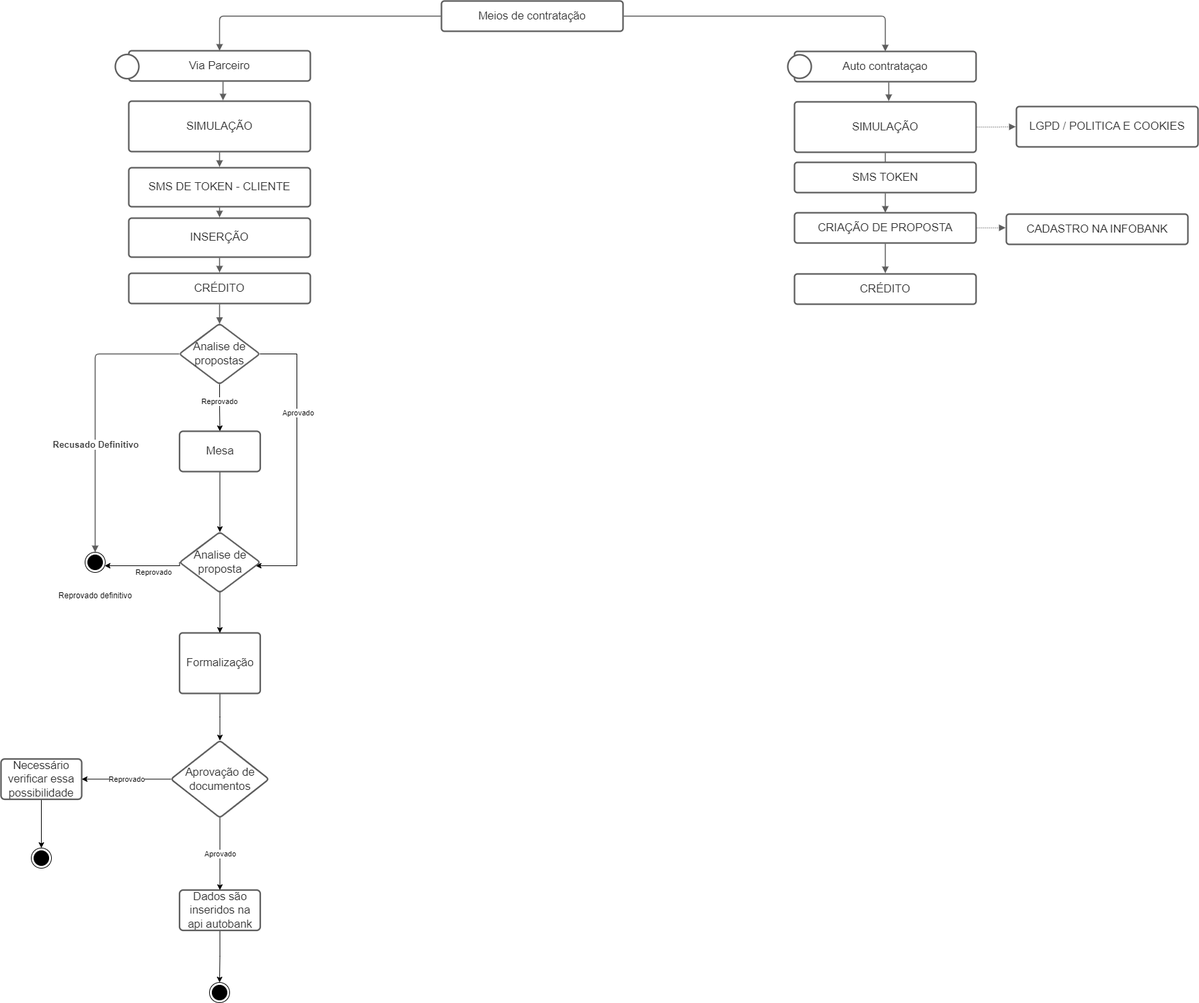
Above: Meios de contratação.drawio.png in uma-risadinha/Diagramas (draw.io), before the change. Source tidied: cells renumbered, new cells last; positions are measured from the earlier drawing's top-left corner, leaving out a move shared by most shapes.
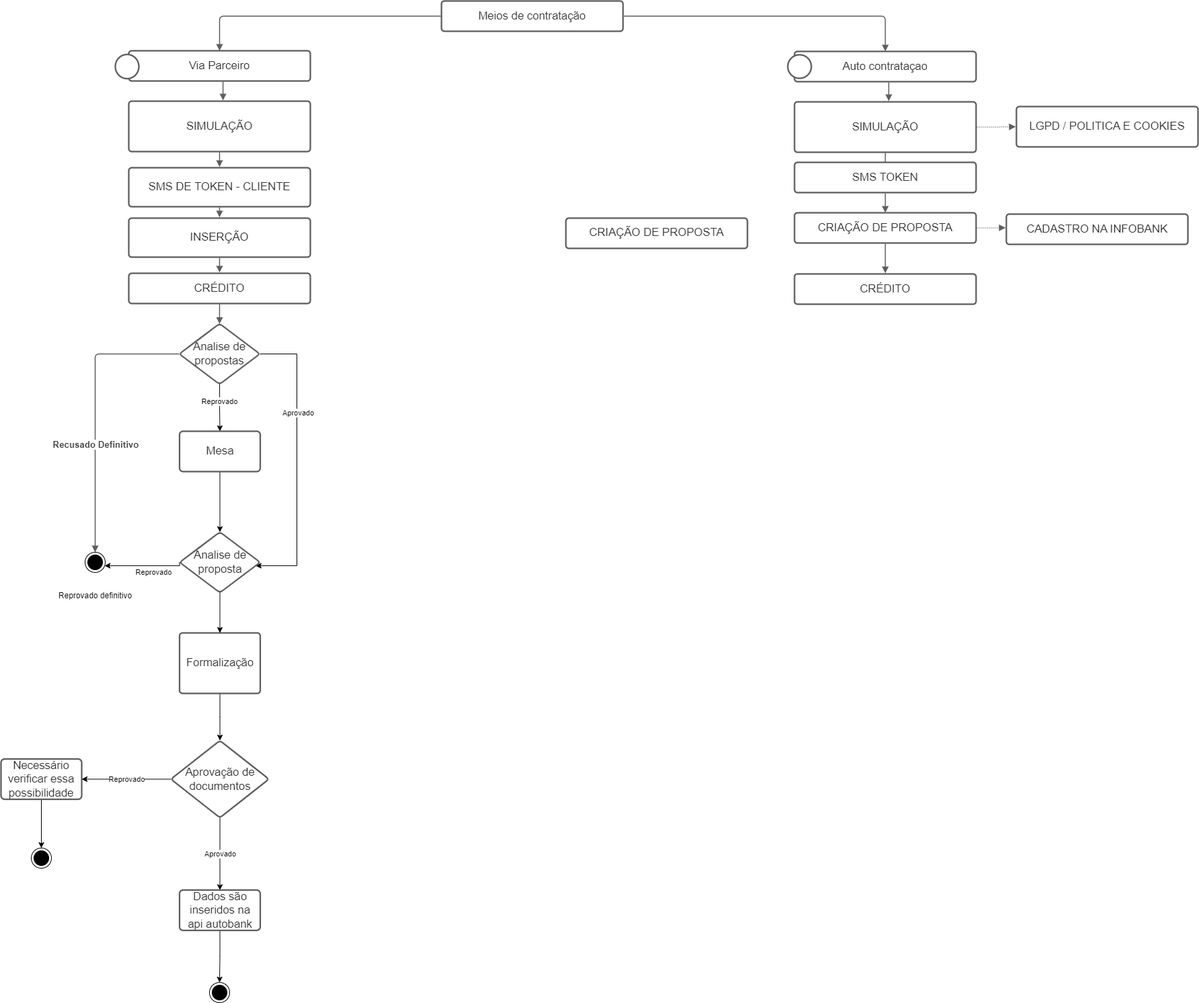
After the commit.

The edit, as a diff of the source:
```diff
@@ -182,5 +182,8 @@
     <mxCell id="54" value="Mesa" style="whiteSpace=wrap;html=1;fontSize=16.7;fillColor=rgb(255, 255, 255);strokeColor=#5e5e5e;fontColor=#333333;spacing=3.8;rounded=1;arcSize=9;strokeWidth=2.3;" parent="1" vertex="1">
       <mxGeometry x="265.5" y="640" width="120" height="60" as="geometry" />
     </mxCell>
+    <mxCell id="55" value="CRIAÇÃO DE PROPOSTA " style="html=1;overflow=block;blockSpacing=1;whiteSpace=wrap;fontSize=16.7;fontColor=#333333;spacing=9;strokeColor=#5e5e5e;strokeOpacity=100;rounded=1;absoluteArcSize=1;arcSize=9;strokeWidth=2.3;" parent="1" vertex="1">
+      <mxGeometry x="840" y="323" width="270" height="45" as="geometry" />
+    </mxCell>
   </root>
 </mxGraphModel>
```
